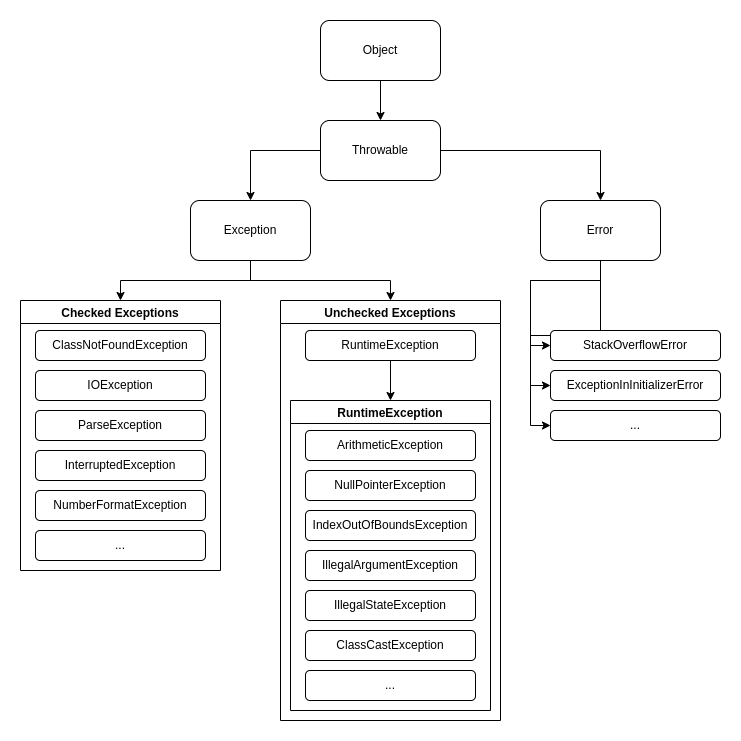
The draw.io diagram src/main/resources/tree.png in ciechanowiec/throwable, before a commit. Source tidied: cells renumbered, new cells last; positions are measured from the earlier drawing's top-left corner, leaving out a move shared by most shapes.
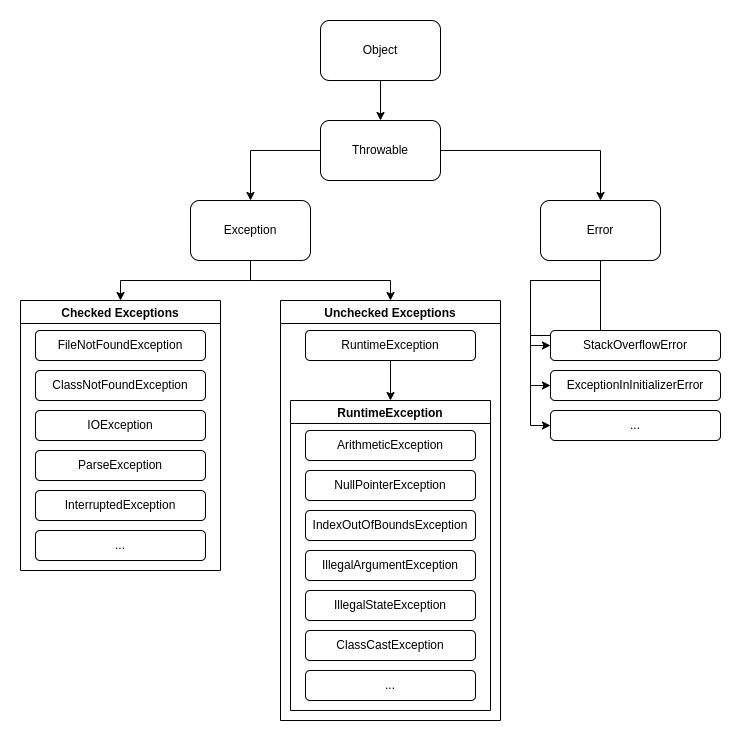
Above is the later version.

The edit, as a diff of the source:
```diff
@@ -90,27 +90,27 @@
     <mxCell id="25" value="..." style="rounded=1;whiteSpace=wrap;html=1;" parent="24" vertex="1">
       <mxGeometry x="15" y="270" width="170" height="30" as="geometry" />
     </mxCell>
+    <mxCell id="30" value="Checked Exceptions" style="swimlane;" parent="1" vertex="1">
+      <mxGeometry y="280" width="200" height="270" as="geometry" />
+    </mxCell>
+    <mxCell id="31" value="..." style="rounded=1;whiteSpace=wrap;html=1;" parent="30" vertex="1">
+      <mxGeometry x="15" y="230" width="170" height="30" as="geometry" />
+    </mxCell>
-    <mxCell id="26" value="ClassNotFoundException" style="rounded=1;whiteSpace=wrap;html=1;" parent="1" vertex="1">
-      <mxGeometry x="15" y="310" width="170" height="30" as="geometry" />
+    <mxCell id="26" value="ClassNotFoundException" style="rounded=1;whiteSpace=wrap;html=1;" parent="30" vertex="1">
+      <mxGeometry x="15" y="70" width="170" height="30" as="geometry" />
     </mxCell>
-    <mxCell id="27" value="IOException" style="rounded=1;whiteSpace=wrap;html=1;" parent="1" vertex="1">
-      <mxGeometry x="15" y="350" width="170" height="30" as="geometry" />
+    <mxCell id="27" value="IOException" style="rounded=1;whiteSpace=wrap;html=1;" parent="30" vertex="1">
+      <mxGeometry x="15" y="110" width="170" height="30" as="geometry" />
     </mxCell>
-    <mxCell id="28" value="ParseException" style="rounded=1;whiteSpace=wrap;html=1;" parent="1" vertex="1">
-      <mxGeometry x="15" y="390" width="170" height="30" as="geometry" />
+    <mxCell id="28" value="ParseException" style="rounded=1;whiteSpace=wrap;html=1;" parent="30" vertex="1">
+      <mxGeometry x="15" y="150" width="170" height="30" as="geometry" />
     </mxCell>
-    <mxCell id="29" value="InterruptedException" style="rounded=1;whiteSpace=wrap;html=1;" parent="1" vertex="1">
-      <mxGeometry x="15" y="430" width="170" height="30" as="geometry" />
+    <mxCell id="29" value="InterruptedException" style="rounded=1;whiteSpace=wrap;html=1;" parent="30" vertex="1">
+      <mxGeometry x="15" y="190" width="170" height="30" as="geometry" />
     </mxCell>
-    <mxCell id="30" value="Checked Exceptions" style="swimlane;" parent="1" vertex="1">
-      <mxGeometry y="280" width="200" height="270" as="geometry" />
-    </mxCell>
-    <mxCell id="31" value="..." style="rounded=1;whiteSpace=wrap;html=1;" parent="30" vertex="1">
-      <mxGeometry x="15" y="230" width="170" height="30" as="geometry" />
-    </mxCell>
-    <mxCell id="32" value="NumberFormatException" style="rounded=1;whiteSpace=wrap;html=1;" parent="30" vertex="1">
-      <mxGeometry x="15" y="190" width="170" height="30" as="geometry" />
-    </mxCell>
+    <mxCell id="35" value="FileNotFoundException" style="rounded=1;whiteSpace=wrap;html=1;" parent="30" vertex="1">
+      <mxGeometry x="15" y="30" width="170" height="30" as="geometry" />
+    </mxCell>
     <mxCell id="33" value="ExceptionInInitializerError" style="rounded=1;whiteSpace=wrap;html=1;" parent="1" vertex="1">
       <mxGeometry x="530" y="350" width="170" height="30" as="geometry" />
     </mxCell>
```
